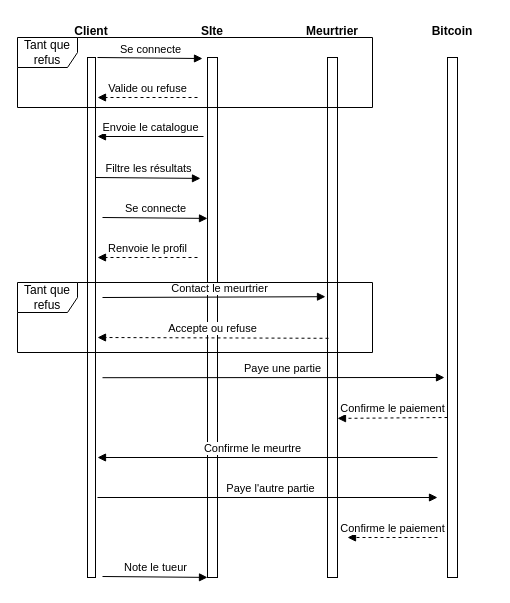
This is page "Diagramme de séquence" (3 of 3) of Diagrams.drawio from Inebhis/uml-project, a draw.io file, before an edit. Source tidied: cells renumbered, new cells numbered last; positions are measured from the earlier drawing's top-left corner, leaving out a move shared by most shapes. Both pictures are drawn from the tidied source at 100%, with x=0, y=0 at pixel (17, 17).
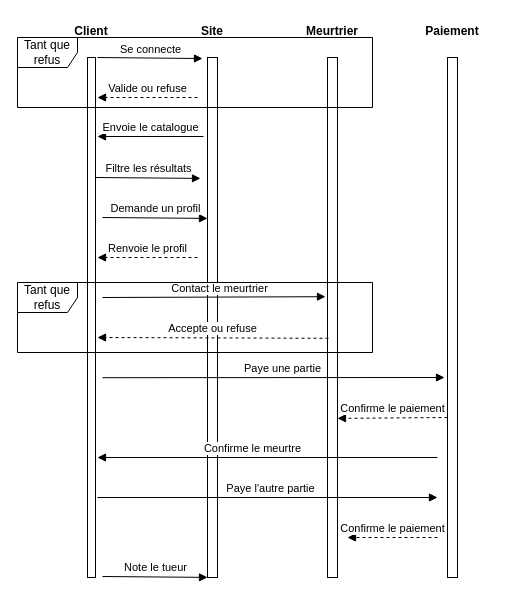
After the change.

Change to the diagram source:
```diff
@@
-    <mxCell id="7" value="SIte" style="text;align=center;fontStyle=1;verticalAlign=middle;spacingLeft=3;spacingRight=3;strokeColor=none;" parent="1" vertex="1">
+    <mxCell id="7" value="Site" style="text;align=center;fontStyle=1;verticalAlign=middle;spacingLeft=3;spacingRight=3;strokeColor=none;" parent="1" vertex="1">
       <mxGeometry x="155" width="80" height="26" as="geometry" />
     </mxCell>
@@
-    <mxCell id="9" value="Bitcoin" style="text;align=center;fontStyle=1;verticalAlign=middle;spacingLeft=3;spacingRight=3;strokeColor=none;" parent="1" vertex="1">
+    <mxCell id="9" value="Paiement" style="text;align=center;fontStyle=1;verticalAlign=middle;spacingLeft=3;spacingRight=3;strokeColor=none;" parent="1" vertex="1">
       <mxGeometry x="395" width="80" height="26" as="geometry" />
     </mxCell>
@@
-    <mxCell id="14" value="Se connecte" style="html=1;verticalAlign=bottom;endArrow=block;entryX=-0.5;entryY=0.002;entryDx=0;entryDy=0;entryPerimeter=0;" parent="1" edge="1">
+    <mxCell id="14" value="Demande un profil" style="html=1;verticalAlign=bottom;endArrow=block;entryX=-0.5;entryY=0.002;entryDx=0;entryDy=0;entryPerimeter=0;" parent="1" edge="1">
       <mxGeometry relative="1" as="geometry">
         <mxPoint x="85" y="200" as="sourcePoint" />
         <mxPoint x="190" y="200.9" as="targetPoint" />
       </mxGeometry>
     </mxCell>
```
